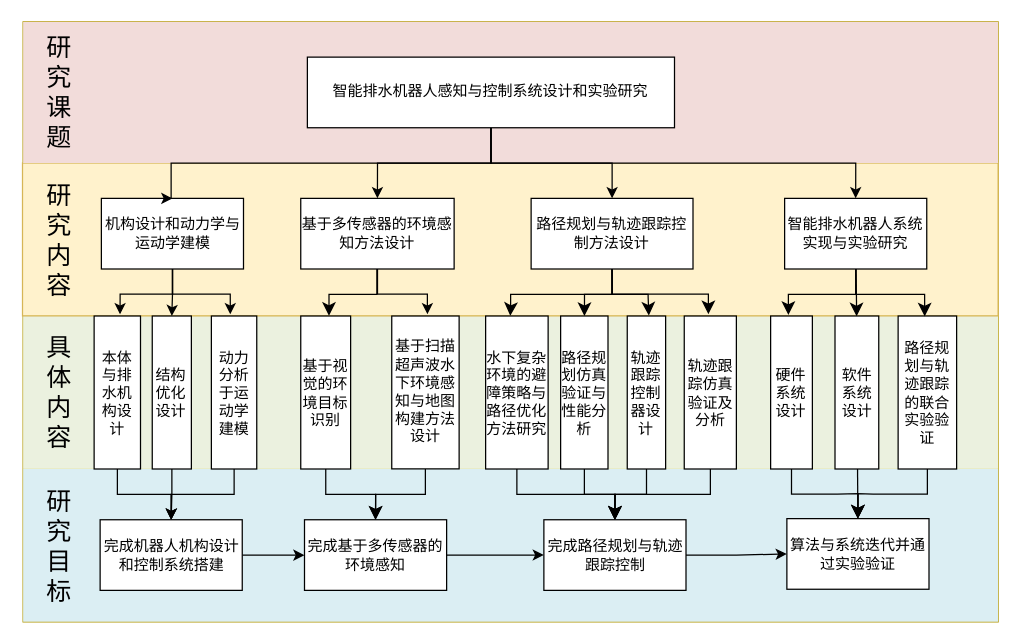
The draw.io diagram lcy.drawio in lcy958756276-dev/my_llm_training, before the edit. Source tidied: cells renumbered, new cells numbered last; positions are measured from the earlier drawing's top-left corner, leaving out a move shared by most shapes. Both pictures are drawn from the tidied source at 125%, with x=0, y=0 at pixel (21, 21).
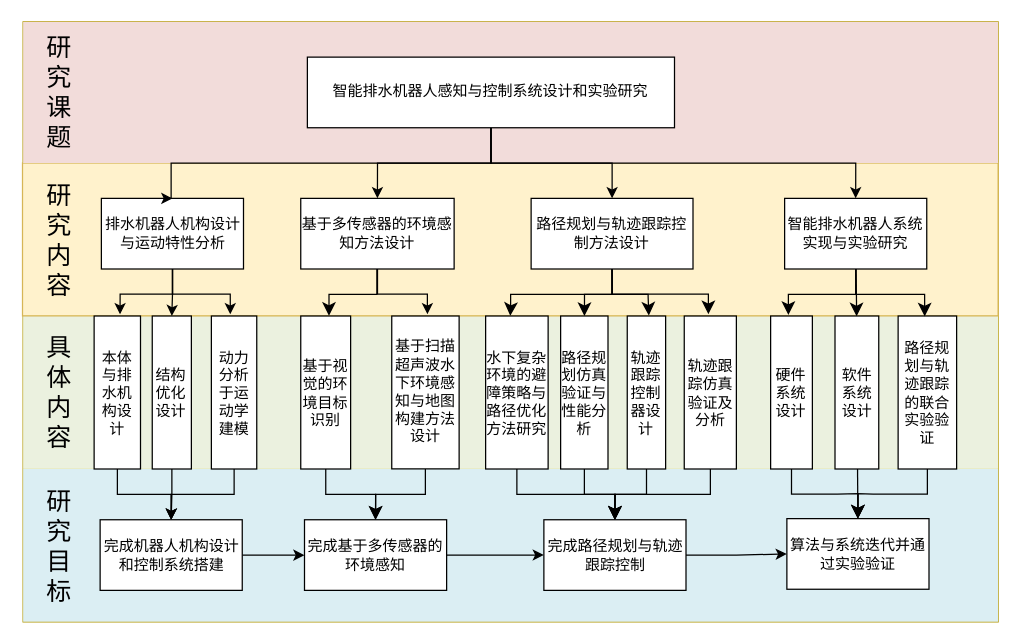
The same page after the edit.

The change refers to these unchanged cells:
```xml
<mxCell id="2" style="group;fillColor=#e3c800;fontColor=#000000;strokeColor=#B09500;" parent="1" vertex="1">
  <mxGeometry x="1" width="780" height="480" as="geometry" />
</mxCell>
```

The edit, as a diff of the source:
```diff
@@
-    <mxCell id="8" value="&lt;span&gt;&lt;span&gt;&lt;span style=&quot;&quot; class=&quot;citation-511&quot;&gt;机构设计和动力学与运动学建模&lt;/span&gt;&lt;/span&gt;&lt;/span&gt;" style="rounded=0;whiteSpace=wrap;html=1;fontFamily=宋体;" parent="2" vertex="1">
+    <mxCell id="8" value="&lt;span&gt;&lt;span&gt;&lt;span style=&quot;&quot; class=&quot;citation-511&quot;&gt;排水机器人机构设计与运动特性分析&lt;/span&gt;&lt;/span&gt;&lt;/span&gt;" style="rounded=0;whiteSpace=wrap;html=1;fontFamily=宋体;" parent="2" vertex="1">
       <mxGeometry x="62.6" y="141.2" width="113.7" height="56.5" as="geometry" />
     </mxCell>
```
